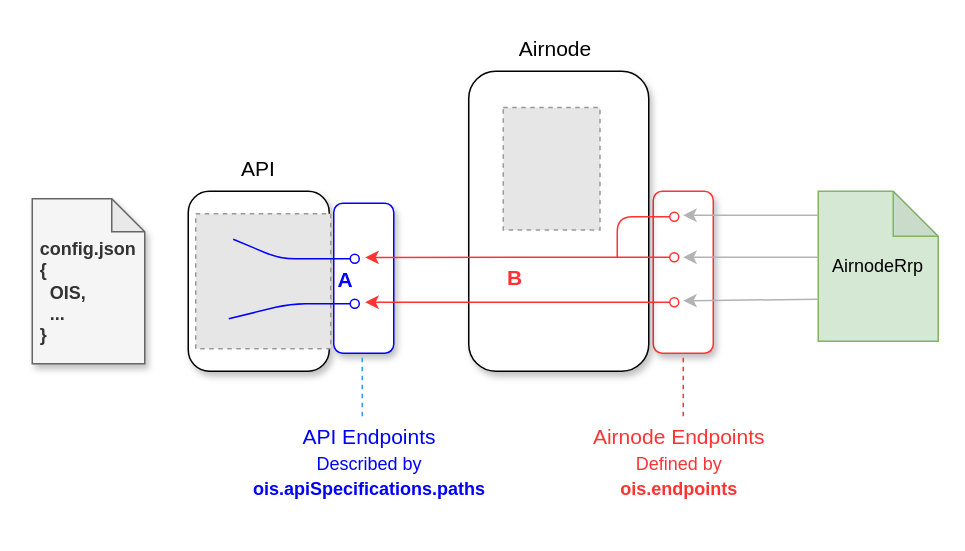
Above: docs/ois/v1.0.0/assets/diagrams/ois-overview-extended.drawio in api3dao/old-api3-docs (draw.io), before the change. Source tidied: cells renumbered, new cells numbered last; positions are measured from the earlier drawing's top-left corner, leaving out a move shared by most shapes. Both pictures are drawn from the tidied source at 150%, with x=0, y=0 at pixel (32, 26). Pictures stored in the file or linked from it are replaced by grey dashed boxes.
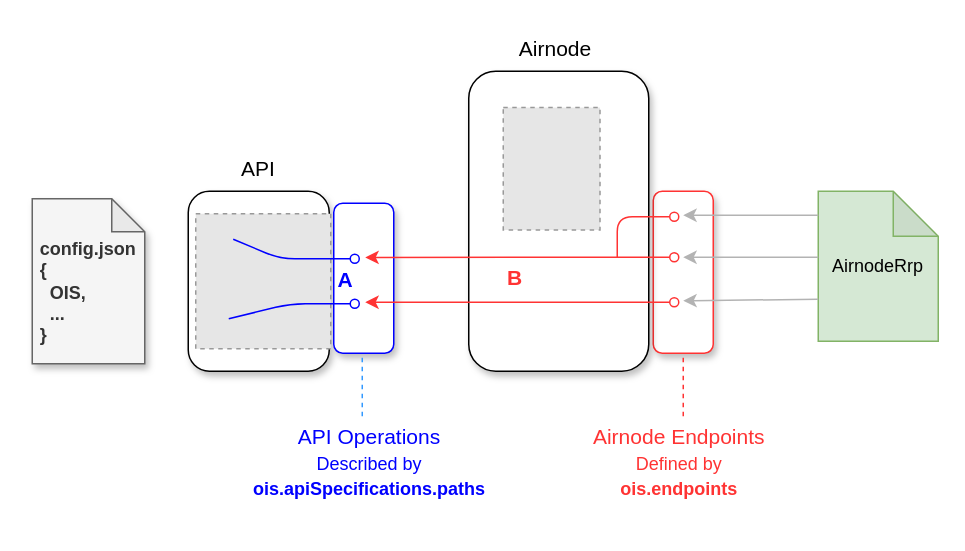
Above is the later version.

What changed in the source:
```diff
@@
-    <mxCell id="14" value="&lt;font color=&quot;#0000ff&quot;&gt;API Endpoints&lt;br&gt;&lt;font style=&quot;font-size: 12px&quot;&gt;Described by &lt;b&gt;ois.apiSpecifications.paths&lt;/b&gt;&lt;/font&gt;&lt;/font&gt;" style="text;html=1;strokeColor=none;fillColor=none;align=center;verticalAlign=middle;whiteSpace=wrap;rounded=1;shadow=1;fontSize=14;" parent="1" vertex="1">
+    <mxCell id="14" value="&lt;font color=&quot;#0000ff&quot;&gt;API Operations&lt;br&gt;&lt;font style=&quot;font-size: 12px&quot;&gt;Described by &lt;b&gt;ois.apiSpecifications.paths&lt;/b&gt;&lt;/font&gt;&lt;/font&gt;" style="text;html=1;strokeColor=none;fillColor=none;align=center;verticalAlign=middle;whiteSpace=wrap;rounded=1;shadow=1;fontSize=14;" parent="1" vertex="1">
       <mxGeometry x="140" y="255.5" width="170" height="70" as="geometry" />
     </mxCell>
```
